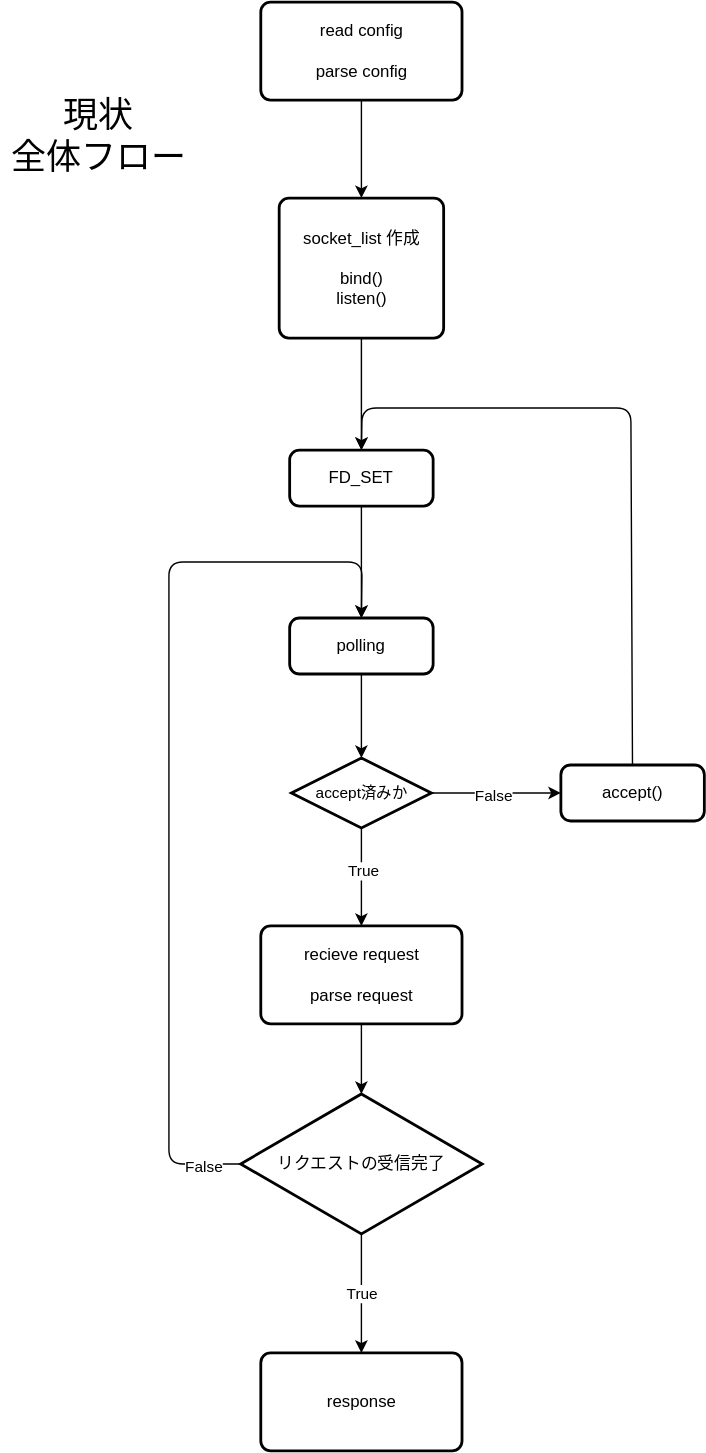
Earlier version of the draw.io export drawing/whole_flow.drawio.svg (kohkubo/webserv). Source tidied: cells renumbered, new cells last; positions are measured from the earlier drawing's top-left corner, leaving out a move shared by most shapes.
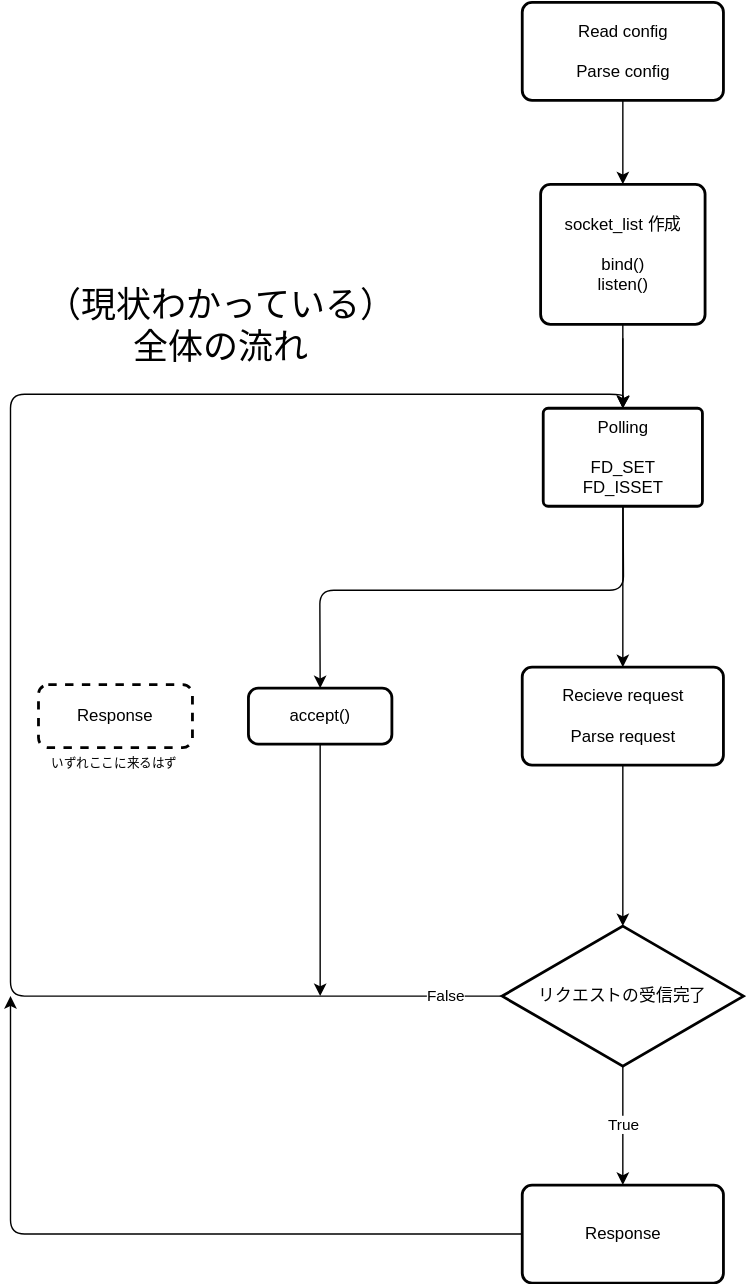
Later version of the same file.

Commit message:
全体の流れ追加

Change to the diagram source:
```diff
@@ -2,32 +2,39 @@
   <root>
     <mxCell id="0" />
     <mxCell id="1" parent="0" />
-    <mxCell id="2" style="edgeStyle=none;html=1;entryX=0.5;entryY=0;entryDx=0;entryDy=0;strokeColor=#000000;startArrow=none;" parent="1" edge="1" source="14" target="6">
-      <mxGeometry relative="1" as="geometry" />
-    </mxCell>
-    <mxCell id="3" value="True" style="edgeLabel;html=1;align=center;verticalAlign=middle;fontSize=11;fontFamily=Helvetica;fontColor=default;" parent="2" vertex="1">
-      <mxGeometry x="-0.14" y="1" relative="1" as="geometry" />
-    </mxCell>
+    <mxCell id="25" style="edgeStyle=none;shape=connector;rounded=1;html=1;entryX=0.5;entryY=0;entryDx=0;entryDy=0;labelBackgroundColor=default;fontFamily=Helvetica;fontSize=25;fontColor=default;endArrow=classic;strokeColor=#000000;" parent="1" edge="1" source="4" target="6">
+      <mxGeometry relative="1" as="geometry" />
+    </mxCell>
+    <mxCell id="26" style="edgeStyle=none;shape=connector;rounded=1;html=1;entryX=0.5;entryY=0;entryDx=0;entryDy=0;labelBackgroundColor=default;fontFamily=Helvetica;fontSize=25;fontColor=default;endArrow=classic;strokeColor=#000000;" parent="1" edge="1" source="4" target="17">
+      <mxGeometry relative="1" as="geometry">
+        <Array as="points">
+          <mxPoint x="258" y="540" />
+          <mxPoint x="41" y="540" />
+        </Array>
+      </mxGeometry>
+    </mxCell>
-    <mxCell id="4" value="polling" style="rounded=1;whiteSpace=wrap;html=1;absoluteArcSize=1;arcSize=14;strokeWidth=2;" parent="1" vertex="1">
-      <mxGeometry x="206.2" y="440" width="102.5" height="40" as="geometry" />
+    <mxCell id="4" value="Polling&lt;br&gt;&lt;br&gt;FD_SET&lt;br&gt;FD_ISSET" style="rounded=1;whiteSpace=wrap;html=1;absoluteArcSize=1;arcSize=7;strokeWidth=2;" parent="1" vertex="1">
+      <mxGeometry x="200.6" y="410" width="113.8" height="70" as="geometry" />
     </mxCell>
     <mxCell id="5" style="edgeStyle=none;html=1;entryX=0.5;entryY=0;entryDx=0;entryDy=0;entryPerimeter=0;strokeColor=#000000;" parent="1" edge="1" source="6" target="10">
       <mxGeometry relative="1" as="geometry" />
     </mxCell>
-    <mxCell id="6" value="recieve request&lt;br&gt;&lt;br&gt;parse request" style="rounded=1;whiteSpace=wrap;html=1;absoluteArcSize=1;arcSize=14;strokeWidth=2;" parent="1" vertex="1">
-      <mxGeometry x="185.6" y="660" width="143.8" height="70" as="geometry" />
+    <mxCell id="6" value="Recieve request&lt;br&gt;&lt;br&gt;Parse request" style="rounded=1;whiteSpace=wrap;html=1;absoluteArcSize=1;arcSize=14;strokeWidth=2;" parent="1" vertex="1">
+      <mxGeometry x="185.6" y="595" width="143.8" height="70" as="geometry" />
     </mxCell>
     <mxCell id="7" style="edgeStyle=none;html=1;entryX=0.5;entryY=0;entryDx=0;entryDy=0;strokeColor=#000000;" parent="1" edge="1" source="10" target="4">
       <mxGeometry relative="1" as="geometry">
         <Array as="points">
-          <mxPoint x="120" y="830" />
-          <mxPoint x="120" y="400" />
+          <mxPoint x="-180" y="830" />
+          <mxPoint x="-180" y="400" />
           <mxPoint x="258" y="400" />
         </Array>
       </mxGeometry>
     </mxCell>
     <mxCell id="8" value="False" style="edgeLabel;html=1;align=center;verticalAlign=middle;" parent="7" vertex="1">
-      <mxGeometry x="-0.92" y="1" relative="1" as="geometry" />
+      <mxGeometry x="-0.92" y="1" relative="1" as="geometry">
+        <mxPoint x="9" y="-1" as="offset" />
+      </mxGeometry>
     </mxCell>
     <mxCell id="9" value="True" style="edgeStyle=none;shape=connector;rounded=1;html=1;entryX=0.5;entryY=0;entryDx=0;entryDy=0;labelBackgroundColor=default;fontFamily=Helvetica;fontSize=11;fontColor=default;endArrow=classic;strokeColor=#000000;" parent="1" edge="1" source="10" target="11">
       <mxGeometry relative="1" as="geometry" />
@@ -35,52 +42,50 @@
     <mxCell id="10" value="リクエストの受信完了" style="strokeWidth=2;html=1;shape=mxgraph.flowchart.decision;whiteSpace=wrap;" parent="1" vertex="1">
       <mxGeometry x="171.2" y="780" width="172.5" height="100" as="geometry" />
     </mxCell>
+    <mxCell id="27" style="edgeStyle=none;shape=connector;rounded=1;html=1;labelBackgroundColor=default;fontFamily=Helvetica;fontSize=25;fontColor=default;endArrow=classic;strokeColor=#000000;" parent="1" edge="1" source="11">
+      <mxGeometry relative="1" as="geometry">
+        <mxPoint x="-180" y="830" as="targetPoint" />
+        <Array as="points">
+          <mxPoint x="-180" y="1000" />
+        </Array>
+      </mxGeometry>
+    </mxCell>
-    <mxCell id="11" value="response" style="rounded=1;whiteSpace=wrap;html=1;absoluteArcSize=1;arcSize=14;strokeWidth=2;" parent="1" vertex="1">
+    <mxCell id="11" value="Response" style="rounded=1;whiteSpace=wrap;html=1;absoluteArcSize=1;arcSize=14;strokeWidth=2;" parent="1" vertex="1">
       <mxGeometry x="185.6" y="965" width="143.8" height="70" as="geometry" />
     </mxCell>
-    <mxCell id="12" style="edgeStyle=none;html=1;strokeColor=#000000;" parent="1" edge="1" source="14" target="17">
-      <mxGeometry relative="1" as="geometry" />
-    </mxCell>
-    <mxCell id="13" value="False" style="edgeLabel;html=1;align=center;verticalAlign=middle;fontSize=11;fontFamily=Helvetica;fontColor=default;" parent="12" vertex="1">
-      <mxGeometry x="-0.07" y="-1" relative="1" as="geometry" />
-    </mxCell>
-    <mxCell id="14" value="accept済みか" style="strokeWidth=2;html=1;shape=mxgraph.flowchart.decision;whiteSpace=wrap;fontFamily=Helvetica;fontSize=11;fontColor=default;" parent="1" vertex="1">
-      <mxGeometry x="207.5" y="540" width="100" height="50" as="geometry" />
-    </mxCell>
-    <mxCell id="15" style="edgeStyle=none;html=1;entryX=0.5;entryY=0;entryDx=0;entryDy=0;strokeColor=#000000;endArrow=classic;endFill=1;" parent="1" edge="1" source="4" target="14">
-      <mxGeometry relative="1" as="geometry" />
-    </mxCell>
-    <mxCell id="16" style="edgeStyle=none;shape=connector;rounded=1;html=1;entryX=0.5;entryY=0;entryDx=0;entryDy=0;labelBackgroundColor=default;fontFamily=Helvetica;fontSize=11;fontColor=default;endArrow=classic;strokeColor=#000000;" parent="1" edge="1" source="17" target="19">
-      <mxGeometry relative="1" as="geometry">
-        <Array as="points">
-          <mxPoint x="450" y="290" />
-          <mxPoint x="258" y="290" />
-        </Array>
-      </mxGeometry>
-    </mxCell>
+    <mxCell id="28" style="edgeStyle=none;shape=connector;rounded=1;html=1;labelBackgroundColor=default;fontFamily=Helvetica;fontSize=25;fontColor=default;endArrow=classic;strokeColor=#000000;" parent="1" edge="1" source="17">
+      <mxGeometry relative="1" as="geometry">
+        <mxPoint x="41.2" y="830" as="targetPoint" />
+      </mxGeometry>
+    </mxCell>
     <mxCell id="17" value="accept()" style="rounded=1;whiteSpace=wrap;html=1;absoluteArcSize=1;arcSize=14;strokeWidth=2;" parent="1" vertex="1">
-      <mxGeometry x="400" y="545" width="102.5" height="40" as="geometry" />
+      <mxGeometry x="-10" y="610" width="102.5" height="40" as="geometry" />
     </mxCell>
-    <mxCell id="18" style="edgeStyle=none;shape=connector;rounded=1;html=1;entryX=0.5;entryY=0;entryDx=0;entryDy=0;labelBackgroundColor=default;fontFamily=Helvetica;fontSize=11;fontColor=default;endArrow=classic;strokeColor=#000000;" parent="1" edge="1" source="19" target="4">
-      <mxGeometry relative="1" as="geometry" />
+    <mxCell id="18" style="edgeStyle=none;shape=connector;rounded=1;html=1;entryX=0.5;entryY=0;entryDx=0;entryDy=0;labelBackgroundColor=default;fontFamily=Helvetica;fontSize=11;fontColor=default;endArrow=classic;strokeColor=#000000;" parent="1" edge="1" target="4">
+      <mxGeometry relative="1" as="geometry">
+        <mxPoint x="257.5" y="360" as="sourcePoint" />
+      </mxGeometry>
     </mxCell>
-    <mxCell id="19" value="FD_SET" style="rounded=1;whiteSpace=wrap;html=1;absoluteArcSize=1;arcSize=14;strokeWidth=2;" parent="1" vertex="1">
-      <mxGeometry x="206.2" y="320" width="102.5" height="40" as="geometry" />
-    </mxCell>
-    <mxCell id="20" style="edgeStyle=none;shape=connector;rounded=1;html=1;entryX=0.5;entryY=0;entryDx=0;entryDy=0;labelBackgroundColor=default;fontFamily=Helvetica;fontSize=11;fontColor=default;endArrow=classic;strokeColor=#000000;" parent="1" edge="1" source="21" target="19">
+    <mxCell id="20" style="edgeStyle=none;shape=connector;rounded=1;html=1;entryX=0.5;entryY=0;entryDx=0;entryDy=0;labelBackgroundColor=default;fontFamily=Helvetica;fontSize=11;fontColor=default;endArrow=classic;strokeColor=#000000;" parent="1" edge="1" source="21" target="4">
       <mxGeometry relative="1" as="geometry" />
     </mxCell>
     <mxCell id="21" value="socket_list 作成&lt;br&gt;&lt;br&gt;bind()&lt;br&gt;listen()" style="rounded=1;whiteSpace=wrap;html=1;absoluteArcSize=1;arcSize=14;strokeWidth=2;" parent="1" vertex="1">
-      <mxGeometry x="198.8" y="140" width="117.5" height="100" as="geometry" />
+      <mxGeometry x="198.8" y="250" width="117.5" height="100" as="geometry" />
     </mxCell>
     <mxCell id="22" style="edgeStyle=none;shape=connector;rounded=1;html=1;entryX=0.5;entryY=0;entryDx=0;entryDy=0;labelBackgroundColor=default;fontFamily=Helvetica;fontSize=11;fontColor=default;endArrow=classic;strokeColor=#000000;" parent="1" edge="1" source="23" target="21">
       <mxGeometry relative="1" as="geometry" />
     </mxCell>
-    <mxCell id="23" value="read config&lt;br&gt;&lt;br&gt;parse config" style="rounded=1;whiteSpace=wrap;html=1;absoluteArcSize=1;arcSize=14;strokeWidth=2;" parent="1" vertex="1">
-      <mxGeometry x="185.6" width="143.8" height="70" as="geometry" />
+    <mxCell id="23" value="Read config&lt;br&gt;&lt;br&gt;Parse config" style="rounded=1;whiteSpace=wrap;html=1;absoluteArcSize=1;arcSize=14;strokeWidth=2;" parent="1" vertex="1">
+      <mxGeometry x="185.6" y="120" width="143.8" height="70" as="geometry" />
     </mxCell>
-    <mxCell id="24" value="&lt;font style=&quot;font-size: 25px&quot;&gt;現状&lt;br&gt;全体フロー&lt;br&gt;&lt;/font&gt;" style="text;html=1;strokeColor=none;fillColor=none;align=center;verticalAlign=middle;whiteSpace=wrap;rounded=0;fontFamily=Helvetica;fontSize=11;fontColor=default;" parent="1" vertex="1">
-      <mxGeometry y="80" width="140" height="30" as="geometry" />
+    <mxCell id="24" value="&lt;font style=&quot;font-size: 25px&quot;&gt;（現状わかっている）&lt;br&gt;全体の流れ&lt;br&gt;&lt;/font&gt;" style="text;html=1;strokeColor=none;fillColor=none;align=center;verticalAlign=middle;whiteSpace=wrap;rounded=0;fontFamily=Helvetica;fontSize=11;fontColor=default;" parent="1" vertex="1">
+      <mxGeometry x="-180" y="310" width="300.6" height="80" as="geometry" />
     </mxCell>
+    <mxCell id="29" value="Response" style="rounded=1;whiteSpace=wrap;html=1;absoluteArcSize=1;arcSize=14;strokeWidth=2;dashed=1;" parent="1" vertex="1">
+      <mxGeometry x="-160" y="607.5" width="110" height="45" as="geometry" />
+    </mxCell>
+    <mxCell id="30" value="いずれここに来るはず" style="text;html=1;strokeColor=none;fillColor=none;align=center;verticalAlign=middle;whiteSpace=wrap;rounded=0;dashed=1;fontFamily=Helvetica;fontSize=9;fontColor=default;" parent="1" vertex="1">
+      <mxGeometry x="-162.5" y="652.5" width="112.5" height="22.5" as="geometry" />
+    </mxCell>
   </root>
 </mxGraphModel>
```
